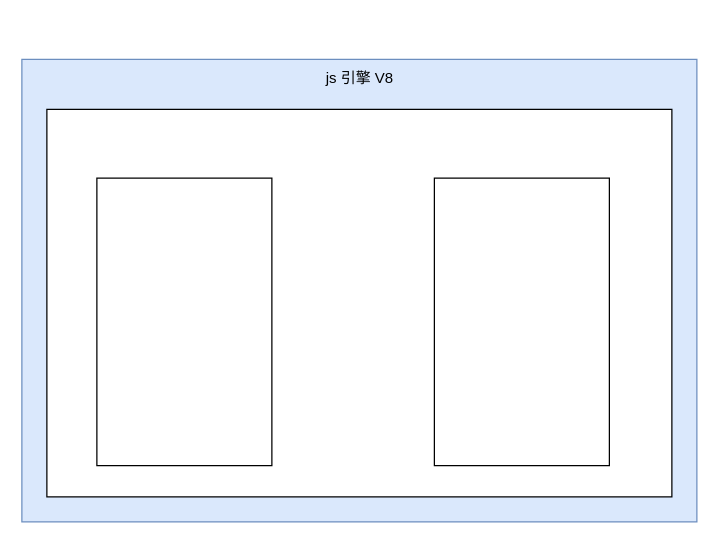
The draw.io diagram javascript/var 的声明周期.drawio in wbbhacker/drawFile, before the edit. Source tidied: cells renumbered, new cells numbered last; positions are measured from the earlier drawing's top-left corner, leaving out a move shared by most shapes. Both pictures are drawn from the tidied source at 125%, with x=0, y=0 at pixel (21, 59).
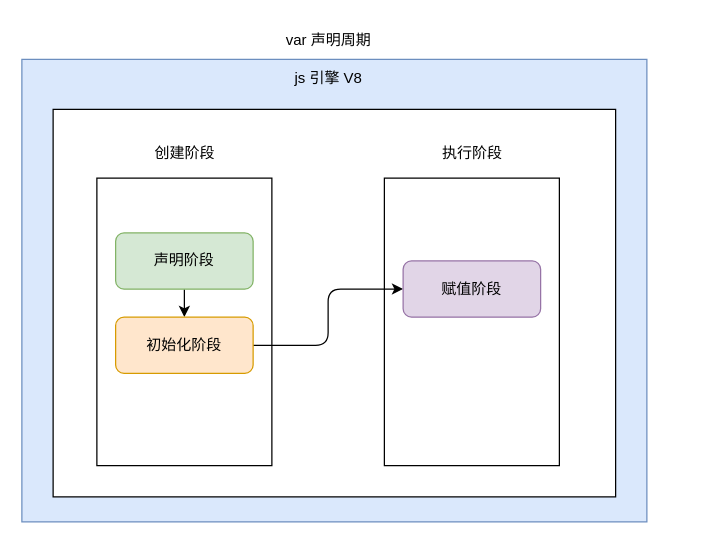
Above is the later version.

Commit message:
更新var 的声明周期.drawio

Diff of the diagram source:
```diff
@@
 <mxGraphModel>
   <root>
     <mxCell id="0" />
     <mxCell id="1" parent="0" />
     <mxCell id="2" style="rounded=0;whiteSpace=wrap;html=1;fillColor=#dae8fc;strokeColor=#6c8ebf;" parent="1" vertex="1">
-      <mxGeometry width="540" height="370" as="geometry" />
+      <mxGeometry width="500" height="370" as="geometry" />
     </mxCell>
     <mxCell id="3" value="js 引擎 V8" style="text;html=1;align=center;verticalAlign=middle;strokeColor=none;fillColor=none;" parent="1" vertex="1">
-      <mxGeometry x="230" width="80" height="30" as="geometry" />
+      <mxGeometry x="205" width="80" height="30" as="geometry" />
     </mxCell>
-    <mxCell id="4" style="rounded=0;whiteSpace=wrap;html=1;" parent="1" vertex="1">
-      <mxGeometry x="20" y="40" width="500" height="310" as="geometry" />
+    <mxCell id="4" style="rounded=0;whiteSpace=wrap;html=1;fillColor=default;" parent="1" vertex="1">
+      <mxGeometry x="25" y="40" width="450" height="310" as="geometry" />
     </mxCell>
     <mxCell id="5" style="rounded=0;whiteSpace=wrap;html=1;" parent="1" vertex="1">
       <mxGeometry x="60" y="95" width="140" height="230" as="geometry" />
     </mxCell>
     <mxCell id="6" style="rounded=0;whiteSpace=wrap;html=1;" parent="1" vertex="1">
-      <mxGeometry x="330" y="95" width="140" height="230" as="geometry" />
+      <mxGeometry x="290" y="95" width="140" height="230" as="geometry" />
     </mxCell>
+    <mxCell id="7" value="创建阶段" style="text;html=1;align=center;verticalAlign=middle;strokeColor=none;fillColor=none;" parent="1" vertex="1">
+      <mxGeometry x="95" y="60" width="70" height="30" as="geometry" />
+    </mxCell>
+    <mxCell id="8" value="执行阶段" style="text;html=1;align=center;verticalAlign=middle;strokeColor=none;fillColor=none;" parent="1" vertex="1">
+      <mxGeometry x="325" y="60" width="70" height="30" as="geometry" />
+    </mxCell>
+    <mxCell id="9" style="edgeStyle=orthogonalEdgeStyle;rounded=0;jettySize=auto;html=1;exitX=0.5;exitY=1;exitDx=0;exitDy=0;entryX=0.5;entryY=0;entryDx=0;entryDy=0;" parent="1" edge="1" source="10" target="12">
+      <mxGeometry relative="1" as="geometry" />
+    </mxCell>
+    <mxCell id="10" value="声明阶段" style="rounded=1;whiteSpace=wrap;html=1;fillColor=#d5e8d4;strokeColor=#82b366;" parent="1" vertex="1">
+      <mxGeometry x="75" y="138.8" width="110" height="45" as="geometry" />
+    </mxCell>
+    <mxCell id="11" style="edgeStyle=orthogonalEdgeStyle;rounded=1;jettySize=auto;html=1;exitX=1;exitY=0.5;exitDx=0;exitDy=0;entryX=0;entryY=0.5;entryDx=0;entryDy=0;" parent="1" edge="1" source="12" target="13">
+      <mxGeometry relative="1" as="geometry" />
+    </mxCell>
+    <mxCell id="12" value="初始化阶段" style="rounded=1;whiteSpace=wrap;html=1;fillColor=#ffe6cc;strokeColor=#d79b00;" parent="1" vertex="1">
+      <mxGeometry x="75" y="206.2" width="110" height="45" as="geometry" />
+    </mxCell>
+    <mxCell id="13" value="赋值阶段" style="rounded=1;whiteSpace=wrap;html=1;fillColor=#e1d5e7;strokeColor=#9673a6;" parent="1" vertex="1">
+      <mxGeometry x="305" y="161.2" width="110" height="45" as="geometry" />
+    </mxCell>
+    <mxCell id="14" value="var 声明周期" style="text;html=1;align=center;verticalAlign=middle;strokeColor=none;fillColor=none;" parent="1" vertex="1">
+      <mxGeometry x="200" y="-30" width="90" height="30" as="geometry" />
+    </mxCell>
   </root>
 </mxGraphModel>
```
